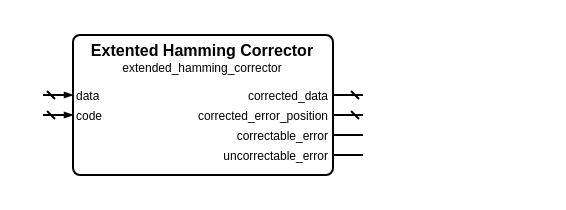
Above: sources/error_control/extended_hamming/extended_hamming_corrector.symbol.drawio in Louis-DR/OmniCores-BuildingBlocks (draw.io), before the change. Source tidied: cells renumbered, new cells numbered last; positions are measured from the earlier drawing's top-left corner, leaving out a move shared by most shapes. Both pictures are drawn from the tidied source at 200%, with x=0, y=0 at pixel (42, 34).
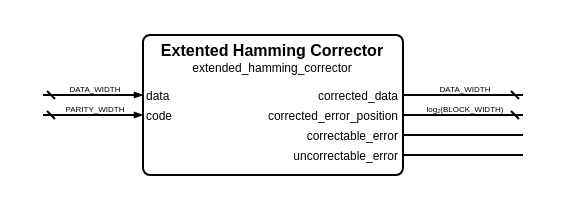
Above is the later version.

Change to the diagram source:
```diff
@@
     <mxCell id="2" style="group;" parent="1" vertex="1">
-      <mxGeometry width="160" height="70" as="geometry" />
+      <mxGeometry width="240" height="70" as="geometry" />
     </mxCell>
     <mxCell id="3" style="rounded=1;arcSize=5;fillColor=none;strokeWidth=1;strokeColor=black;whiteSpace=wrap;html=1;" parent="2" vertex="1">
-      <mxGeometry x="15" width="130" height="70" as="geometry" />
+      <mxGeometry x="50" width="130" height="70" as="geometry" />
     </mxCell>
     <mxCell id="4" value="Extented Hamming Corrector" style="text;html=1;align=center;verticalAlign=middle;whiteSpace=wrap;rounded=0;fontSize=8;fontStyle=1;fontColor=black;" parent="2" vertex="1">
-      <mxGeometry x="15" y="7" width="130" as="geometry" />
+      <mxGeometry x="50" y="7" width="130" as="geometry" />
     </mxCell>
     <mxCell id="5" value="extended_hamming_corrector" style="text;html=1;align=center;verticalAlign=middle;whiteSpace=wrap;rounded=0;fontSize=6;fontStyle=0;fontColor=black;" parent="2" vertex="1">
-      <mxGeometry x="15" y="16" width="130" as="geometry" />
+      <mxGeometry x="50" y="16" width="130" as="geometry" />
     </mxCell>
     <mxCell id="6" value="data" style="text;html=1;align=left;verticalAlign=middle;whiteSpace=wrap;rounded=0;fontSize=6;fontStyle=0;fontColor=black;" parent="2" vertex="1">
-      <mxGeometry x="15" y="30" width="130" as="geometry" />
+      <mxGeometry x="50" y="30" width="130" as="geometry" />
     </mxCell>
     <mxCell id="7" style="html=1;rounded=1;strokeWidth=1;strokeColor=black;startFill=0;startSize=2;startArrow=dash;endFill=1;endSize=2;endArrow=blockThin;sourcePerimeterSpacing=0;" parent="2" edge="1">
       <mxGeometry relative="1" as="geometry">
         <mxPoint y="30" as="sourcePoint" />
-        <mxPoint x="15" y="30" as="targetPoint" />
+        <mxPoint x="50" y="30" as="targetPoint" />
       </mxGeometry>
     </mxCell>
+    <mxCell id="18" value="DATA_WIDTH" style="text;html=1;align=center;verticalAlign=middle;whiteSpace=nowrap;rounded=0;fontSize=4;fontStyle=0;fontColor=black;" parent="2" vertex="1">
+      <mxGeometry x="25" y="27" as="geometry" />
+    </mxCell>
     <mxCell id="8" value="corrected_data" style="text;html=1;align=right;verticalAlign=middle;whiteSpace=wrap;rounded=0;fontSize=6;fontStyle=0;fontColor=black;" parent="2" vertex="1">
-      <mxGeometry x="15" y="30" width="130" as="geometry" />
+      <mxGeometry x="50" y="30" width="130" as="geometry" />
     </mxCell>
     <mxCell id="9" style="html=1;rounded=1;strokeWidth=1;strokeColor=black;startFill=0;startSize=2;startArrow=dash;endFill=1;endSize=2;endArrow=none;sourcePerimeterSpacing=0;" parent="2" edge="1">
       <mxGeometry relative="1" as="geometry">
-        <mxPoint x="160" y="30" as="sourcePoint" />
-        <mxPoint x="145" y="30" as="targetPoint" />
+        <mxPoint x="240" y="30" as="sourcePoint" />
+        <mxPoint x="180" y="30" as="targetPoint" />
       </mxGeometry>
     </mxCell>
+    <mxCell id="19" value="DATA_WIDTH" style="text;html=1;align=center;verticalAlign=middle;whiteSpace=nowrap;rounded=0;fontSize=4;fontStyle=0;fontColor=black;" parent="2" vertex="1">
+      <mxGeometry x="210" y="27" as="geometry" />
+    </mxCell>
     <mxCell id="10" value="code" style="text;html=1;align=left;verticalAlign=middle;whiteSpace=wrap;rounded=0;fontSize=6;fontStyle=0;fontColor=black;" parent="2" vertex="1">
-      <mxGeometry x="15" y="40" width="130" as="geometry" />
+      <mxGeometry x="50" y="40" width="130" as="geometry" />
     </mxCell>
     <mxCell id="11" style="html=1;rounded=1;strokeWidth=1;strokeColor=black;startFill=0;startSize=2;startArrow=dash;endFill=1;endSize=2;endArrow=blockThin;sourcePerimeterSpacing=0;" parent="2" edge="1">
       <mxGeometry relative="1" as="geometry">
         <mxPoint y="40" as="sourcePoint" />
-        <mxPoint x="15" y="40" as="targetPoint" />
+        <mxPoint x="50" y="40" as="targetPoint" />
       </mxGeometry>
     </mxCell>
+    <mxCell id="20" value="PARITY_WIDTH" style="text;html=1;align=center;verticalAlign=middle;whiteSpace=nowrap;rounded=0;fontSize=4;fontStyle=0;fontColor=black;" parent="2" vertex="1">
+      <mxGeometry x="25" y="37" as="geometry" />
+    </mxCell>
     <mxCell id="12" value="corrected_error_position" style="text;html=1;align=right;verticalAlign=middle;whiteSpace=wrap;rounded=0;fontSize=6;fontStyle=0;fontColor=black;" parent="2" vertex="1">
-      <mxGeometry x="15" y="40" width="130" as="geometry" />
+      <mxGeometry x="50" y="40" width="130" as="geometry" />
     </mxCell>
     <mxCell id="13" style="html=1;rounded=1;strokeWidth=1;strokeColor=black;startFill=0;startSize=2;startArrow=dash;endFill=1;endSize=2;endArrow=none;sourcePerimeterSpacing=0;" parent="2" edge="1">
       <mxGeometry relative="1" as="geometry">
-        <mxPoint x="160" y="40" as="sourcePoint" />
-        <mxPoint x="145" y="40" as="targetPoint" />
+        <mxPoint x="240" y="40" as="sourcePoint" />
+        <mxPoint x="180" y="40" as="targetPoint" />
       </mxGeometry>
     </mxCell>
+    <mxCell id="21" value="log₂(BLOCK_WIDTH)" style="text;html=1;align=center;verticalAlign=middle;whiteSpace=nowrap;rounded=0;fontSize=4;fontStyle=0;fontColor=black;" parent="2" vertex="1">
+      <mxGeometry x="210" y="37" as="geometry" />
+    </mxCell>
     <mxCell id="14" value="correctable_error" style="text;html=1;align=right;verticalAlign=middle;whiteSpace=wrap;rounded=0;fontSize=6;fontStyle=0;fontColor=black;" parent="2" vertex="1">
-      <mxGeometry x="15" y="50" width="130" as="geometry" />
+      <mxGeometry x="50" y="50" width="130" as="geometry" />
     </mxCell>
     <mxCell id="15" style="html=1;rounded=1;strokeWidth=1;strokeColor=black;startFill=0;startSize=2;startArrow=none;endFill=1;endSize=2;endArrow=none;sourcePerimeterSpacing=0;" parent="2" edge="1">
       <mxGeometry relative="1" as="geometry">
-        <mxPoint x="160" y="50" as="sourcePoint" />
-        <mxPoint x="145" y="50" as="targetPoint" />
+        <mxPoint x="240" y="50" as="sourcePoint" />
+        <mxPoint x="180" y="50" as="targetPoint" />
       </mxGeometry>
     </mxCell>
     <mxCell id="16" value="uncorrectable_error" style="text;html=1;align=right;verticalAlign=middle;whiteSpace=wrap;rounded=0;fontSize=6;fontStyle=0;fontColor=black;" parent="2" vertex="1">
-      <mxGeometry x="15" y="60" width="130" as="geometry" />
+      <mxGeometry x="50" y="60" width="130" as="geometry" />
     </mxCell>
     <mxCell id="17" style="html=1;rounded=1;strokeWidth=1;strokeColor=black;startFill=0;startSize=2;startArrow=none;endFill=1;endSize=2;endArrow=none;sourcePerimeterSpacing=0;" parent="2" edge="1">
       <mxGeometry relative="1" as="geometry">
-        <mxPoint x="160" y="60" as="sourcePoint" />
-        <mxPoint x="145" y="60" as="targetPoint" />
+        <mxPoint x="240" y="60" as="sourcePoint" />
+        <mxPoint x="180" y="60" as="targetPoint" />
       </mxGeometry>
     </mxCell>
```
